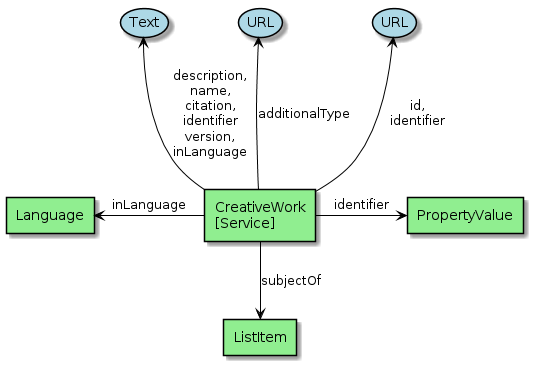
eovoc/eo-on-schema.org keeps this PlantUML diagram as series/diagrams/ServiceIdentification.png. Above is the earlier version.
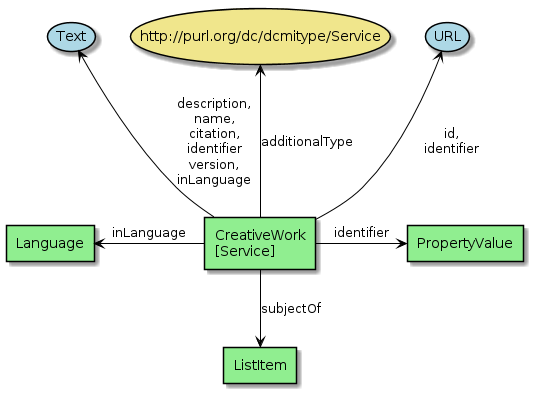
After the commit.

What changed in the source:
```diff
@@ -16,10 +16,10 @@
 }
 
 
+usecase "http://purl.org/dc/dcmitype/Service" as URL #Khaki
 
 
-
-agent "CreativeWork\n        [Service]" as Service
+agent "CreativeWork\n[Service]" as Service
 agent Language
 agent ListItem
 agent PropertyValue
@@ -27,7 +27,7 @@
 
 
 Service -up-> (URL ) : "id,\nidentifier"
-Service -up-> (URL) : "additionalType"
+Service -up-> URL : "additionalType"
 Service -up-> (Text) : "description,\nname,\ncitation,\nidentifier\nversion,\ninLanguage"
 
 Service -left-> Language : "inLanguage"
```
